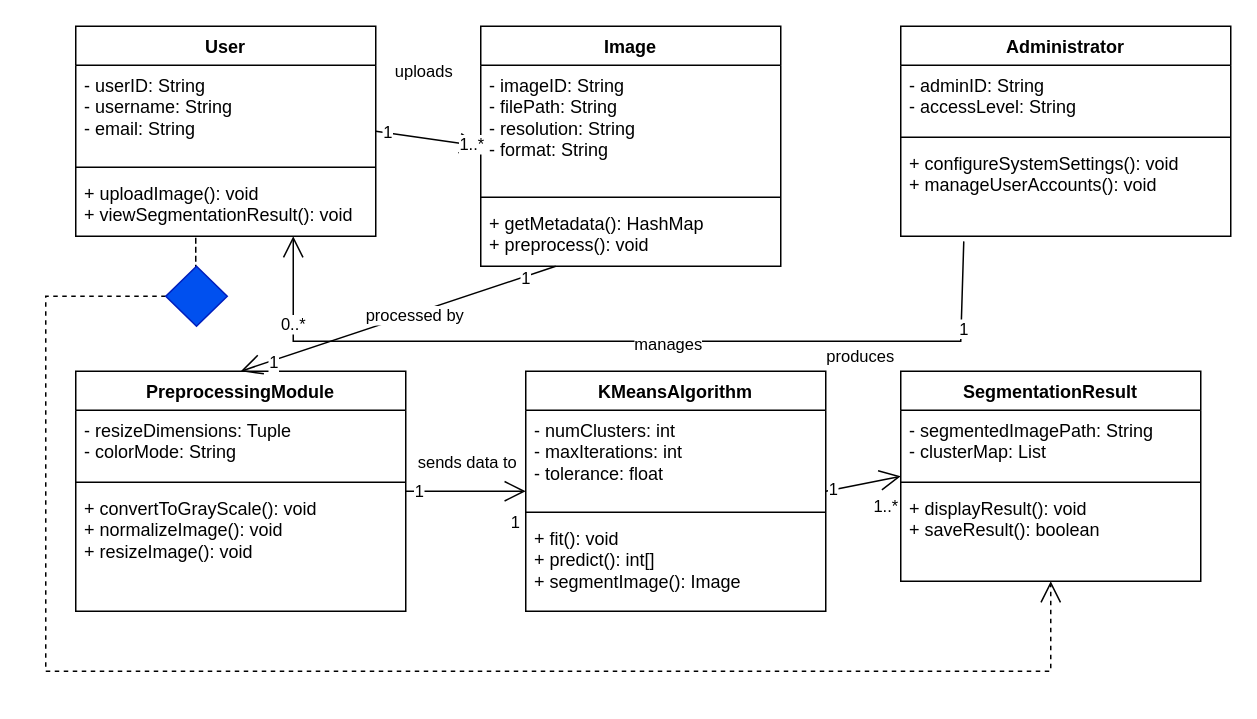
The draw.io diagram page "Page-3" (3 of 5) of Untitled Diagram.drawio in ruthwik-coder/uml, before the edit. Source tidied: cells renumbered, new cells numbered last; positions are measured from the earlier drawing's top-left corner, leaving out a move shared by most shapes. Both pictures are drawn from the tidied source at 150%, with x=0, y=0 at pixel (45, 26).
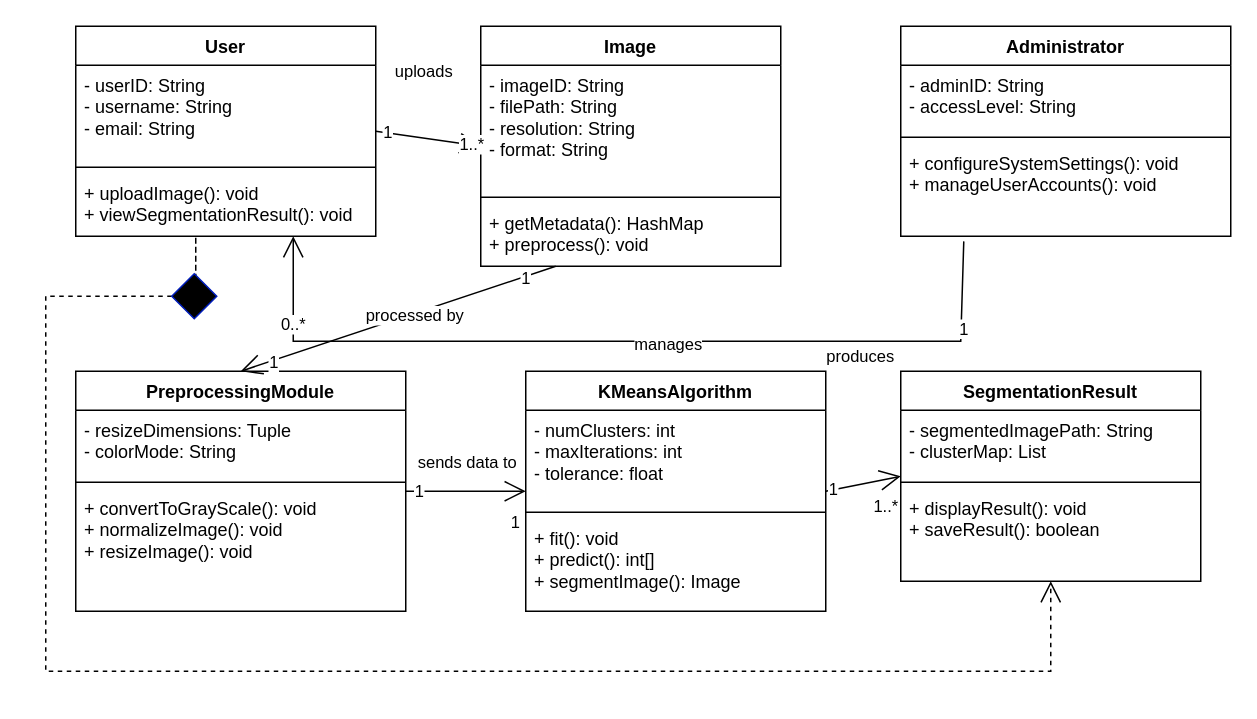
The same page after the edit.

The edit, as a diff of the source:
```diff
@@
-    <mxCell id="48" style="rhombus;whiteSpace=wrap;html=1;fillColor=#0050ef;fontColor=#ffffff;strokeColor=#001DBC;" parent="1" vertex="1">
-      <mxGeometry x="80" y="160" width="41" height="40" as="geometry" />
+    <mxCell id="48" style="rhombus;whiteSpace=wrap;html=1;fillColor=light-dark(#000000, #6db2ff);fontColor=#ffffff;strokeColor=#001DBC;" parent="1" vertex="1">
+      <mxGeometry x="84" y="165" width="30" height="30" as="geometry" />
     </mxCell>
```
